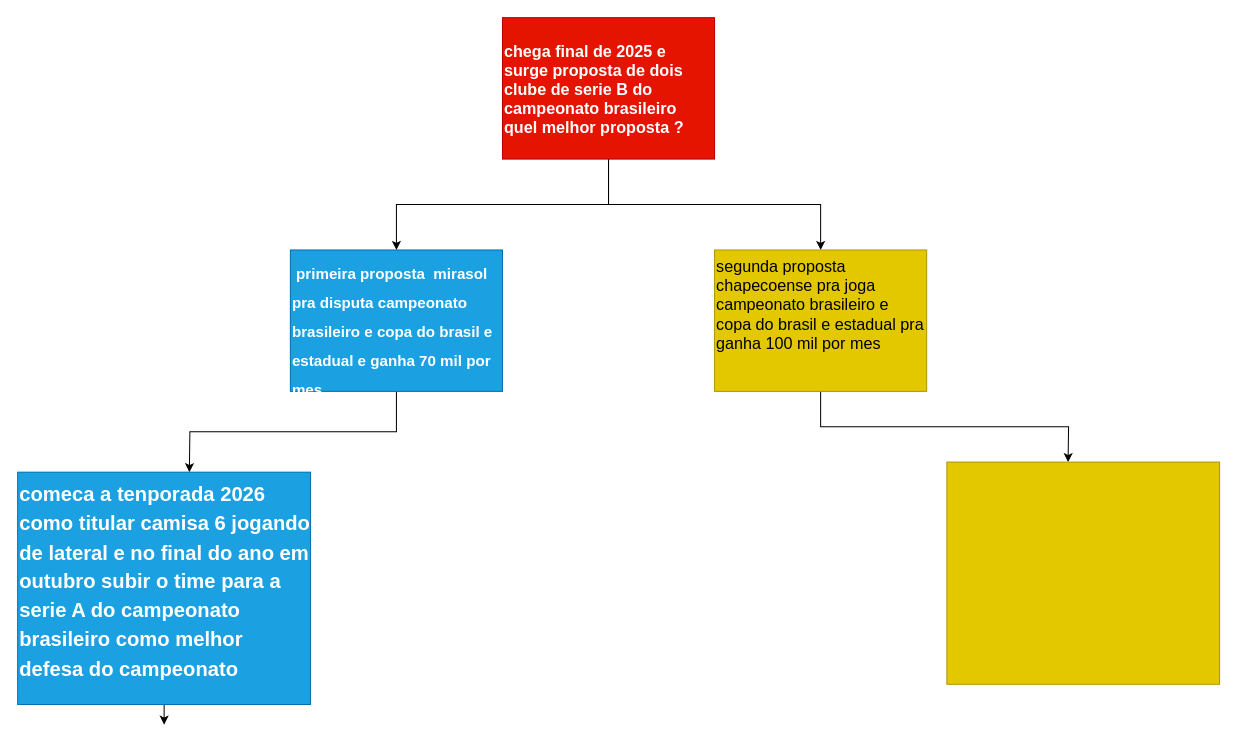
davizinn00/davi00 keeps this draw.io diagram as Davi.drawio. Above is the earlier version. Source tidied: cells renumbered, new cells numbered last; positions are measured from the earlier drawing's top-left corner, leaving out a move shared by most shapes. Both pictures are drawn from the tidied source at 101%, with x=0, y=0 at pixel (17, 17).
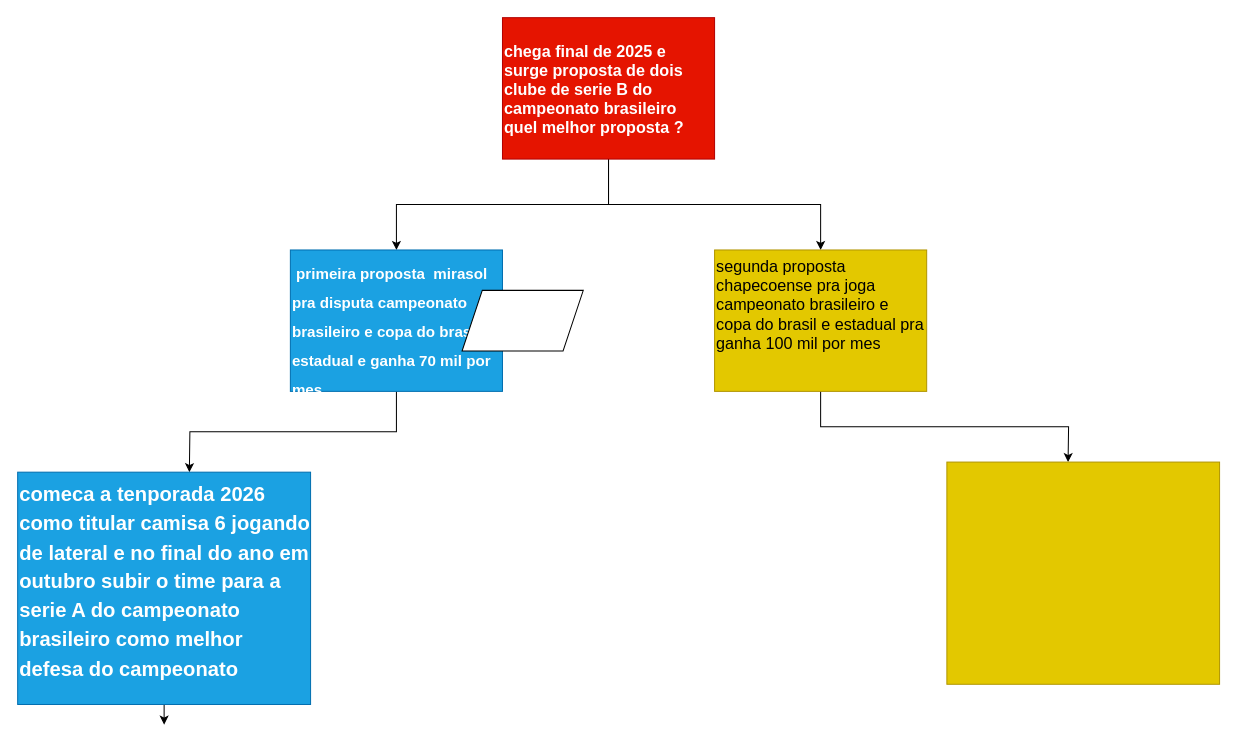
The same page after the edit.

Change to the diagram source:
```diff
@@
 <mxGraphModel>
   <root>
     <mxCell id="0" />
     <mxCell id="1" parent="0" />
     <mxCell id="2" style="edgeStyle=orthogonalEdgeStyle;rounded=0;jettySize=auto;html=1;exitX=0.5;exitY=1;exitDx=0;exitDy=0;entryX=0.5;entryY=0;entryDx=0;entryDy=0;" parent="1" edge="1" source="4" target="6">
       <mxGeometry relative="1" as="geometry" />
     </mxCell>
     <mxCell id="3" style="edgeStyle=orthogonalEdgeStyle;rounded=0;jettySize=auto;html=1;" parent="1" edge="1" source="4" target="8">
       <mxGeometry relative="1" as="geometry" />
     </mxCell>
     <mxCell id="4" value="&lt;h5&gt;&lt;font style=&quot;font-size: 16px;&quot;&gt;chega final de 2025 e surge proposta de dois clube de serie B do campeonato brasileiro quel melhor proposta ?&amp;nbsp;&lt;/font&gt;&lt;/h5&gt;" style="text;html=1;whiteSpace=wrap;overflow=hidden;rounded=0;fillColor=#e51400;fontColor=#ffffff;strokeColor=#B20000;" parent="1" vertex="1">
       <mxGeometry x="480" width="210" height="140" as="geometry" />
     </mxCell>
     <mxCell id="5" style="edgeStyle=orthogonalEdgeStyle;rounded=0;jettySize=auto;html=1;exitX=0.5;exitY=1;exitDx=0;exitDy=0;" parent="1" edge="1" source="6">
       <mxGeometry relative="1" as="geometry">
         <mxPoint x="170" y="450" as="targetPoint" />
       </mxGeometry>
     </mxCell>
     <mxCell id="6" value="&lt;h1 style=&quot;margin-top: 0px;&quot;&gt;&lt;span style=&quot;font-size: 15px;&quot;&gt;&amp;nbsp;primeira proposta&amp;nbsp; mirasol&amp;nbsp; &amp;nbsp; pra disputa campeonato brasileiro e copa do brasil e estadual e ganha 70 mil por mes&amp;nbsp;&lt;/span&gt;&lt;/h1&gt;" style="text;html=1;whiteSpace=wrap;overflow=hidden;rounded=0;fillColor=#1ba1e2;fontColor=#ffffff;strokeColor=#006EAF;" parent="1" vertex="1">
       <mxGeometry x="270" y="230" width="210" height="140" as="geometry" />
     </mxCell>
     <mxCell id="7" style="edgeStyle=orthogonalEdgeStyle;rounded=0;jettySize=auto;html=1;exitX=0.5;exitY=1;exitDx=0;exitDy=0;" parent="1" edge="1" source="8">
       <mxGeometry relative="1" as="geometry">
         <mxPoint x="1040" y="440" as="targetPoint" />
       </mxGeometry>
     </mxCell>
     <mxCell id="8" value="&lt;span style=&quot;font-size: 16px;&quot;&gt;segunda proposta chapecoense pra joga campeonato brasileiro e copa do brasil e estadual pra ganha 100 mil por mes&amp;nbsp;&lt;/span&gt;" style="text;html=1;whiteSpace=wrap;overflow=hidden;rounded=0;fillColor=#e3c800;fontColor=#000000;strokeColor=#B09500;" parent="1" vertex="1">
       <mxGeometry x="690" y="230" width="210" height="140" as="geometry" />
     </mxCell>
     <mxCell id="9" style="edgeStyle=orthogonalEdgeStyle;rounded=0;jettySize=auto;html=1;exitX=0.5;exitY=1;exitDx=0;exitDy=0;" parent="1" edge="1" source="10">
       <mxGeometry relative="1" as="geometry">
         <mxPoint x="145" y="700" as="targetPoint" />
       </mxGeometry>
     </mxCell>
     <mxCell id="10" value="&lt;h1 style=&quot;margin-top: 0px;&quot;&gt;&lt;span style=&quot;font-size: 20px;&quot;&gt;comeca a tenporada 2026 como titular camisa 6 jogando de lateral e no final do ano em outubro subir o time para a serie A do campeonato brasileiro como melhor defesa do campeonato&lt;/span&gt;&lt;/h1&gt;" style="text;html=1;whiteSpace=wrap;overflow=hidden;rounded=0;fillColor=#1ba1e2;fontColor=#ffffff;strokeColor=#006EAF;" parent="1" vertex="1">
       <mxGeometry y="450" width="290" height="230" as="geometry" />
     </mxCell>
     <mxCell id="11" value="&lt;h1 style=&quot;margin-top: 0px;&quot;&gt;&lt;br&gt;&lt;/h1&gt;" style="text;html=1;whiteSpace=wrap;overflow=hidden;rounded=0;fillColor=#e3c800;fontColor=#000000;strokeColor=#B09500;" parent="1" vertex="1">
       <mxGeometry x="920" y="440" width="270" height="220" as="geometry" />
     </mxCell>
+    <mxCell id="12" style="shape=parallelogram;perimeter=parallelogramPerimeter;whiteSpace=wrap;html=1;fixedSize=1;" parent="1" vertex="1">
+      <mxGeometry x="440" y="270" width="120" height="60" as="geometry" />
+    </mxCell>
   </root>
 </mxGraphModel>
```
